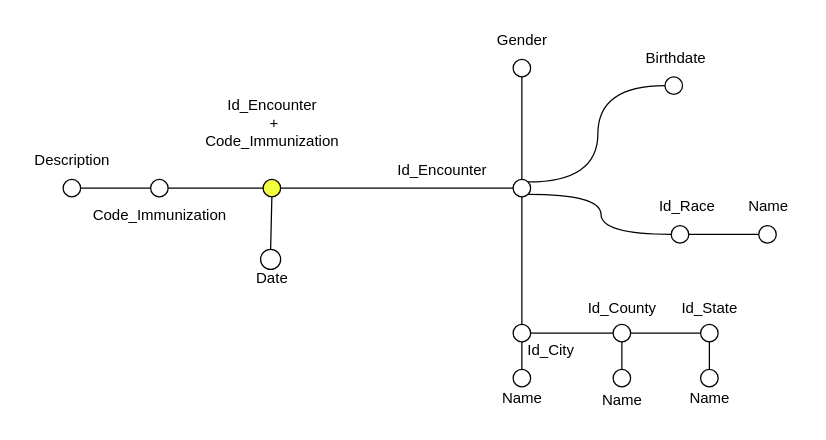
This is Alberi_Elaborated/Administer.drawio from MircoPerna99/BigDataManagement_Team, a draw.io file, before an edit. Source tidied: cells renumbered, new cells numbered last; positions are measured from the earlier drawing's top-left corner, leaving out a move shared by most shapes. Both pictures are drawn from the tidied source at 125%, with x=0, y=0 at pixel (21, 21).
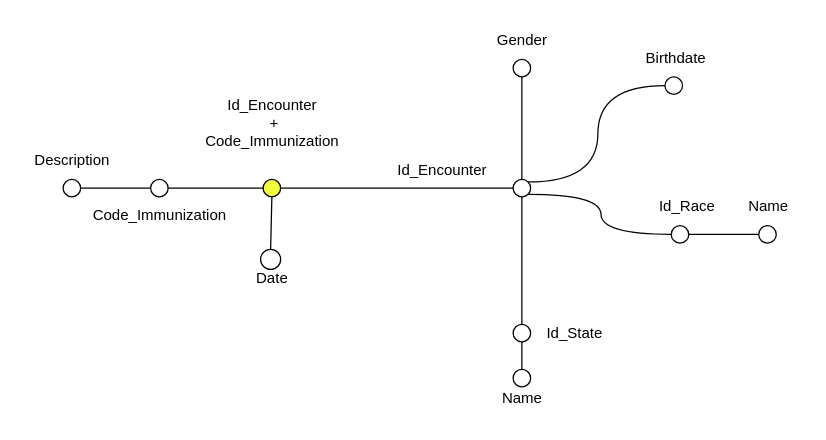
Above is the later version.

Unchanged cells that the change refers to:
```xml
<mxCell id="21" style="ellipse;whiteSpace=wrap;html=1;fillColor=#FFFFFF;" parent="1" vertex="1">
  <mxGeometry x="393" y="242" width="14" height="14" as="geometry" />
</mxCell>
```

Change to the diagram source:
```diff
@@
-    <mxCell id="20" style="edgeStyle=orthogonalEdgeStyle;rounded=0;jettySize=auto;html=1;exitX=1;exitY=0.5;exitDx=0;exitDy=0;entryX=0;entryY=0.5;entryDx=0;entryDy=0;endArrow=none;startFill=0;" parent="1" edge="1" source="21" target="28">
-      <mxGeometry relative="1" as="geometry" />
-    </mxCell>
@@
-    <mxCell id="22" value="Id_City" style="text;html=1;align=center;verticalAlign=middle;strokeColor=none;fillColor=none;" parent="1" vertex="1">
-      <mxGeometry x="393" y="248" width="60" height="30" as="geometry" />
-    </mxCell>
@@
-    <mxCell id="26" style="edgeStyle=orthogonalEdgeStyle;rounded=0;jettySize=auto;html=1;exitX=0.5;exitY=1;exitDx=0;exitDy=0;entryX=0.5;entryY=0;entryDx=0;entryDy=0;endArrow=none;startFill=0;" parent="1" edge="1" source="28" target="30">
-      <mxGeometry relative="1" as="geometry" />
-    </mxCell>
-    <mxCell id="27" style="edgeStyle=orthogonalEdgeStyle;rounded=0;jettySize=auto;html=1;exitX=1;exitY=0.5;exitDx=0;exitDy=0;entryX=0;entryY=0.5;entryDx=0;entryDy=0;endArrow=none;startFill=0;" parent="1" edge="1" source="28" target="33">
-      <mxGeometry relative="1" as="geometry" />
-    </mxCell>
-    <mxCell id="28" style="ellipse;whiteSpace=wrap;html=1;fillColor=#FFFFFF;" parent="1" vertex="1">
-      <mxGeometry x="473" y="242" width="14" height="14" as="geometry" />
-    </mxCell>
-    <mxCell id="29" value="Id_County" style="text;html=1;align=center;verticalAlign=middle;strokeColor=none;fillColor=none;" parent="1" vertex="1">
-      <mxGeometry x="440" y="214" width="80" height="30" as="geometry" />
-    </mxCell>
-    <mxCell id="30" style="ellipse;whiteSpace=wrap;html=1;fillColor=#FFFFFF;" parent="1" vertex="1">
-      <mxGeometry x="473" y="278" width="14" height="14" as="geometry" />
-    </mxCell>
-    <mxCell id="31" value="Name" style="text;html=1;align=center;verticalAlign=middle;strokeColor=none;fillColor=none;" parent="1" vertex="1">
-      <mxGeometry x="450" y="288" width="60" height="30" as="geometry" />
-    </mxCell>
-    <mxCell id="32" style="edgeStyle=orthogonalEdgeStyle;rounded=0;jettySize=auto;html=1;exitX=0.5;exitY=1;exitDx=0;exitDy=0;entryX=0.5;entryY=0;entryDx=0;entryDy=0;endArrow=none;startFill=0;" parent="1" edge="1" source="33" target="35">
-      <mxGeometry relative="1" as="geometry" />
-    </mxCell>
-    <mxCell id="33" style="ellipse;whiteSpace=wrap;html=1;fillColor=#FFFFFF;" parent="1" vertex="1">
-      <mxGeometry x="543" y="242" width="14" height="14" as="geometry" />
-    </mxCell>
     <mxCell id="34" value="Id_State" style="text;html=1;align=center;verticalAlign=middle;strokeColor=none;fillColor=none;" parent="1" vertex="1">
-      <mxGeometry x="515" y="214" width="70" height="30" as="geometry" />
+      <mxGeometry x="407" y="234" width="70" height="30" as="geometry" />
     </mxCell>
-    <mxCell id="35" style="ellipse;whiteSpace=wrap;html=1;fillColor=#FFFFFF;" parent="1" vertex="1">
-      <mxGeometry x="543" y="278" width="14" height="14" as="geometry" />
-    </mxCell>
-    <mxCell id="36" value="Name" style="text;html=1;align=center;verticalAlign=middle;strokeColor=none;fillColor=none;" parent="1" vertex="1">
-      <mxGeometry x="520" y="286" width="60" height="30" as="geometry" />
-    </mxCell>
```
